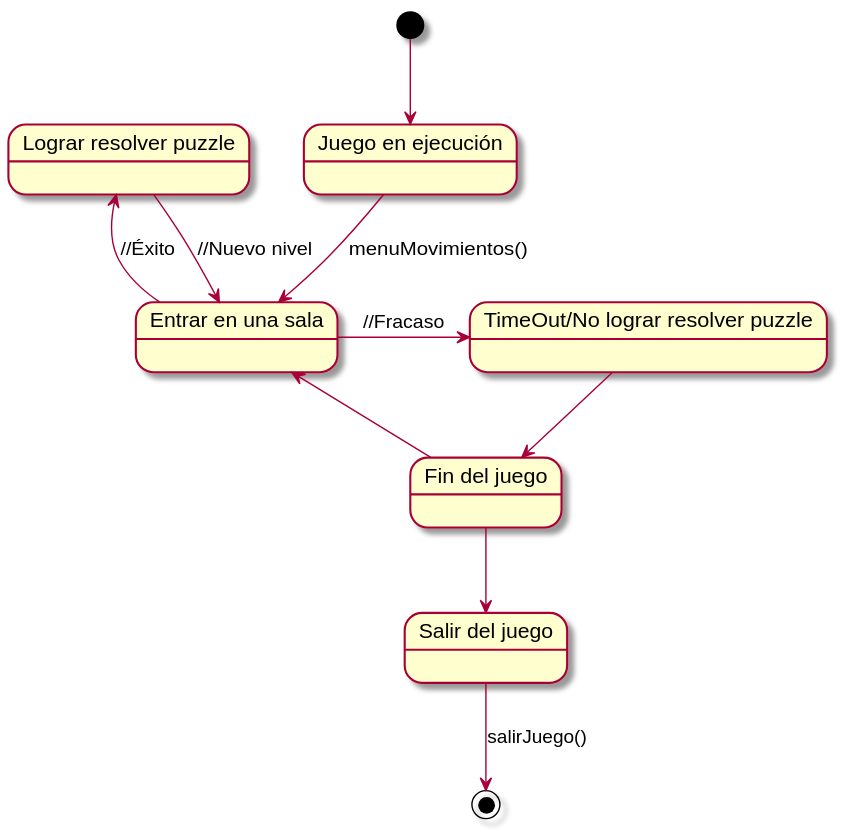
Before: UML/Diagramas de estado/Partida/Partida.svg, a diagram exported from PlantUML (dmontesinos/ES-2019-G43-2-02.v2).
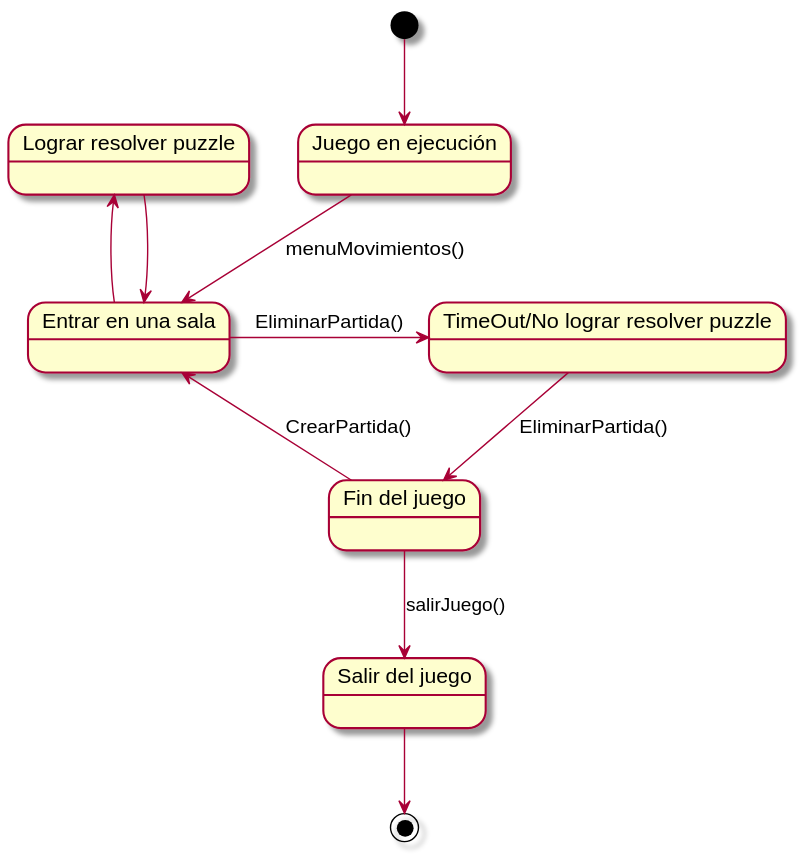
The same file after the commit.

Change to the diagram source:
```diff
@@ -8,14 +8,14 @@
 
 [*] --> JuegoEnEjecucion
 JuegoEnEjecucion --> EntrarEnSala : menuMovimientos()
-EntrarEnSala -left-> Resolver : //Éxito
-Resolver --> EntrarEnSala : //Nuevo nivel
-EntrarEnSala -right-> NoResolver : //Fracaso
-NoResolver --> FinDelJuego
-FinDelJuego -> EntrarEnSala
-FinDelJuego -down-> SalirDelJuego
+EntrarEnSala -left-> Resolver
+Resolver --> EntrarEnSala
+EntrarEnSala -right-> NoResolver : EliminarPartida()
+NoResolver --> FinDelJuego : EliminarPartida()
+FinDelJuego -> EntrarEnSala : CrearPartida()
+FinDelJuego -down-> SalirDelJuego : salirJuego()
 
 
 
-SalirDelJuego --> [*] : salirJuego()
+SalirDelJuego --> [*]
 @enduml
```
